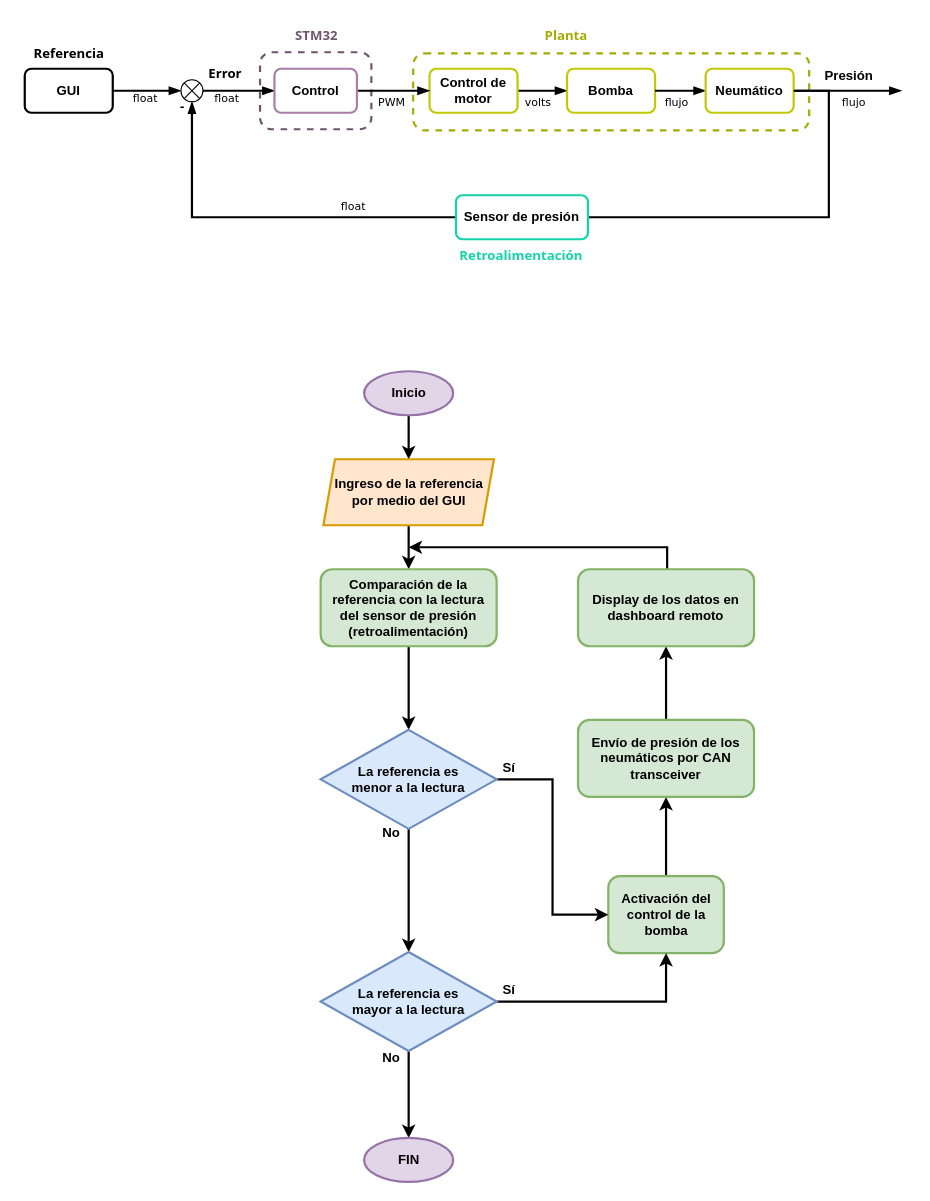
GuillermoGJ03/Repo-Embebidos-Avanzados keeps this draw.io diagram as page "Página-1" (1 of 2) of Reto/Sistema de control y diagrama de flujo.drawio. Above is the earlier version. Source tidied: cells renumbered, new cells numbered last; positions are measured from the earlier drawing's top-left corner, leaving out a move shared by most shapes. Both pictures are drawn from the tidied source at 110%, with x=0, y=0 at pixel (19, 19).
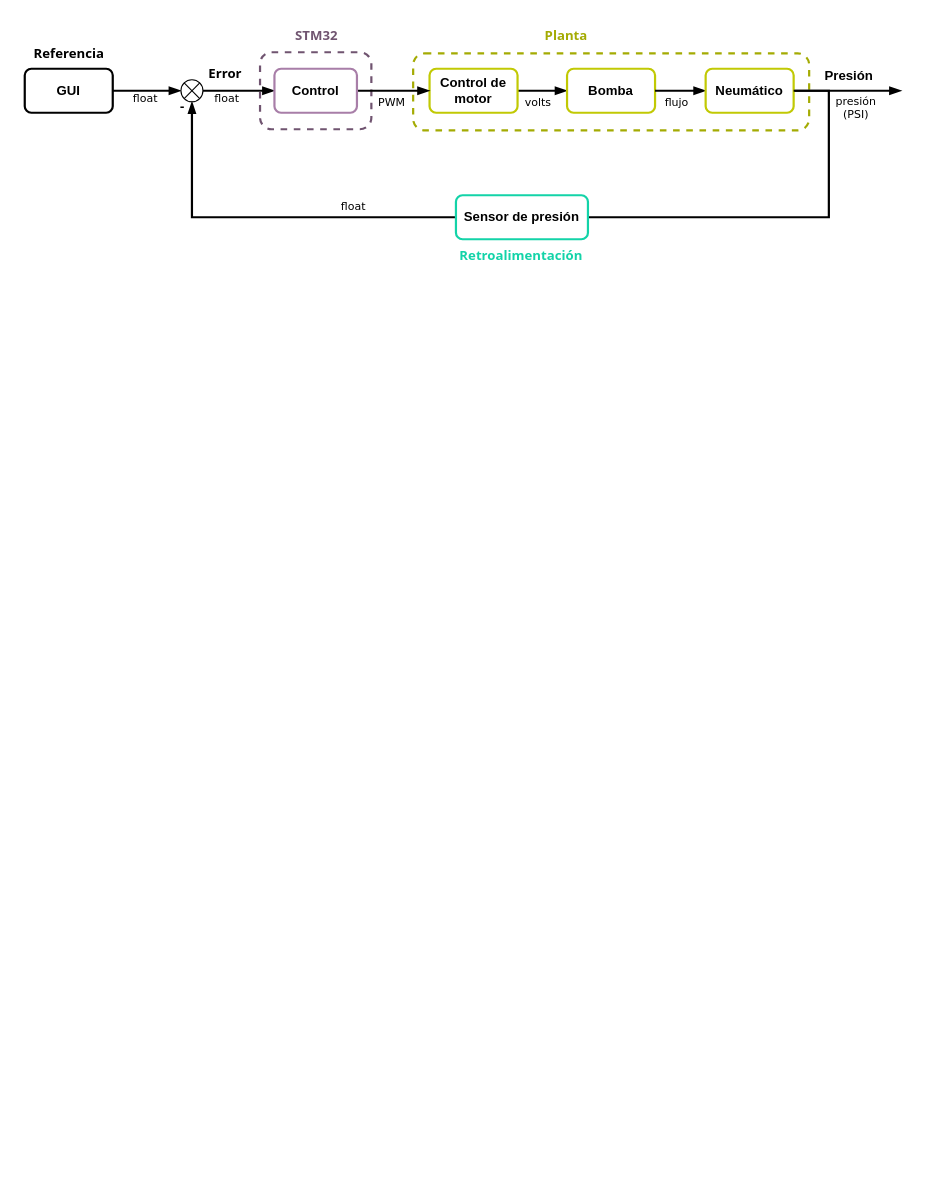
Above is the later version.

Diff of the diagram source:
```diff
@@
-    <mxCell id="26" style="edgeStyle=orthogonalEdgeStyle;rounded=0;jettySize=auto;html=1;entryX=0.5;entryY=0;entryDx=0;entryDy=0;fontFamily=Verdana;fontSize=10;strokeWidth=2;" parent="1" edge="1" source="27" target="29">
-      <mxGeometry relative="1" as="geometry" />
-    </mxCell>
-    <mxCell id="27" value="Inicio" style="ellipse;whiteSpace=wrap;html=1;strokeWidth=2;fontFamily=Helvetica;fontSize=12;fontStyle=1;fillColor=#e1d5e7;strokeColor=#9673a6;" parent="1" vertex="1">
-      <mxGeometry x="313.5" y="320" width="81" height="40" as="geometry" />
-    </mxCell>
-    <mxCell id="28" style="edgeStyle=orthogonalEdgeStyle;rounded=0;jettySize=auto;html=1;exitX=0.5;exitY=1;exitDx=0;exitDy=0;entryX=0.5;entryY=0;entryDx=0;entryDy=0;fontFamily=Verdana;fontSize=10;strokeWidth=2;" parent="1" edge="1" source="29" target="31">
-      <mxGeometry relative="1" as="geometry" />
-    </mxCell>
-    <mxCell id="29" value="Ingreso de la referencia por medio del GUI" style="shape=parallelogram;perimeter=parallelogramPerimeter;whiteSpace=wrap;html=1;fixedSize=1;strokeWidth=2;fontFamily=Helvetica;fontSize=12;fontStyle=1;size=10.500000000000114;fillColor=#ffe6cc;strokeColor=#d79b00;" parent="1" vertex="1">
-      <mxGeometry x="276.5" y="400" width="155" height="60" as="geometry" />
-    </mxCell>
-    <mxCell id="30" style="edgeStyle=orthogonalEdgeStyle;rounded=0;jettySize=auto;html=1;entryX=0.5;entryY=0;entryDx=0;entryDy=0;fontFamily=Verdana;fontSize=10;strokeWidth=2;" parent="1" edge="1" source="31" target="36">
-      <mxGeometry relative="1" as="geometry" />
-    </mxCell>
-    <mxCell id="31" value="Comparación de la referencia con la lectura del sensor de presión (retroalimentación)" style="rounded=1;whiteSpace=wrap;html=1;strokeWidth=2;fontStyle=1;fillColor=#d5e8d4;strokeColor=#82b366;" parent="1" vertex="1">
-      <mxGeometry x="274" y="500" width="160" height="70" as="geometry" />
-    </mxCell>
-    <mxCell id="32" style="edgeStyle=orthogonalEdgeStyle;rounded=0;jettySize=auto;html=1;fontFamily=Verdana;fontSize=10;strokeWidth=2;" parent="1" edge="1" source="33" target="53">
-      <mxGeometry relative="1" as="geometry" />
-    </mxCell>
-    <mxCell id="33" value="Activación del control de la bomba" style="rounded=1;whiteSpace=wrap;html=1;strokeWidth=2;fontStyle=1;fillColor=#d5e8d4;strokeColor=#82b366;" parent="1" vertex="1">
-      <mxGeometry x="535.5" y="779" width="105" height="70" as="geometry" />
-    </mxCell>
-    <mxCell id="34" style="edgeStyle=orthogonalEdgeStyle;rounded=0;jettySize=auto;html=1;entryX=0.5;entryY=0;entryDx=0;entryDy=0;fontFamily=Verdana;fontSize=10;strokeWidth=2;" parent="1" edge="1" source="36" target="39">
-      <mxGeometry relative="1" as="geometry" />
-    </mxCell>
-    <mxCell id="35" style="edgeStyle=orthogonalEdgeStyle;rounded=0;jettySize=auto;html=1;entryX=0;entryY=0.5;entryDx=0;entryDy=0;fontFamily=Verdana;fontSize=10;strokeWidth=2;" parent="1" edge="1" source="36" target="33">
-      <mxGeometry relative="1" as="geometry" />
-    </mxCell>
-    <mxCell id="36" value="&lt;b&gt;La referencia es &lt;br&gt;menor a la lectura&lt;/b&gt;" style="rhombus;whiteSpace=wrap;html=1;strokeWidth=2;fontFamily=Helvetica;fontSize=12;fillColor=#dae8fc;strokeColor=#6c8ebf;" parent="1" vertex="1">
-      <mxGeometry x="274" y="646" width="160" height="90" as="geometry" />
-    </mxCell>
-    <mxCell id="37" style="edgeStyle=orthogonalEdgeStyle;rounded=0;jettySize=auto;html=1;fontFamily=Verdana;fontSize=10;strokeWidth=2;" parent="1" edge="1" source="39" target="40">
-      <mxGeometry relative="1" as="geometry" />
-    </mxCell>
-    <mxCell id="38" style="edgeStyle=orthogonalEdgeStyle;rounded=0;jettySize=auto;html=1;entryX=0.5;entryY=1;entryDx=0;entryDy=0;fontFamily=Verdana;fontSize=10;strokeWidth=2;" parent="1" edge="1" source="39" target="33">
-      <mxGeometry relative="1" as="geometry" />
-    </mxCell>
-    <mxCell id="39" value="&lt;b&gt;La referencia es &lt;br&gt;mayor a la lectura&lt;/b&gt;" style="rhombus;whiteSpace=wrap;html=1;strokeWidth=2;fontFamily=Helvetica;fontSize=12;fillColor=#dae8fc;strokeColor=#6c8ebf;" parent="1" vertex="1">
-      <mxGeometry x="274" y="848" width="160" height="90" as="geometry" />
-    </mxCell>
-    <mxCell id="40" value="FIN" style="ellipse;whiteSpace=wrap;html=1;strokeWidth=2;fontFamily=Helvetica;fontSize=12;fontStyle=1;fillColor=#e1d5e7;strokeColor=#9673a6;" parent="1" vertex="1">
-      <mxGeometry x="313.5" y="1017" width="81" height="40" as="geometry" />
-    </mxCell>
-    <mxCell id="41" value="Sí" style="text;html=1;align=center;verticalAlign=middle;strokeColor=none;fillColor=none;fontSize=12;fontFamily=Helvetica;fontColor=#000000;fontStyle=1;" parent="1" vertex="1">
-      <mxGeometry x="430" y="666" width="30" height="30" as="geometry" />
-    </mxCell>
-    <mxCell id="42" value="Sí" style="text;html=1;align=center;verticalAlign=middle;strokeColor=none;fillColor=none;fontSize=12;fontFamily=Helvetica;fontColor=#000000;fontStyle=1;" parent="1" vertex="1">
-      <mxGeometry x="430" y="868" width="30" height="30" as="geometry" />
-    </mxCell>
-    <mxCell id="43" value="No" style="text;html=1;align=center;verticalAlign=middle;strokeColor=none;fillColor=none;fontSize=12;fontFamily=Helvetica;fontColor=#000000;fontStyle=1;" parent="1" vertex="1">
-      <mxGeometry x="318" y="725" width="40" height="30" as="geometry" />
-    </mxCell>
-    <mxCell id="44" value="No" style="text;html=1;align=center;verticalAlign=middle;strokeColor=none;fillColor=none;fontSize=12;fontFamily=Helvetica;fontColor=#000000;fontStyle=1;" parent="1" vertex="1">
-      <mxGeometry x="318" y="929" width="40" height="30" as="geometry" />
-    </mxCell>
@@
-    <mxCell id="50" value="flujo" style="text;html=1;strokeColor=none;fillColor=none;align=center;verticalAlign=middle;whiteSpace=wrap;rounded=0;fontStyle=0;fontSize=10;fontFamily=Verdana;" parent="1" vertex="1">
-      <mxGeometry x="729" y="60" width="60" height="30" as="geometry" />
+    <mxCell id="50" value="presión&lt;br&gt;(PSI)" style="text;html=1;strokeColor=none;fillColor=none;align=center;verticalAlign=middle;whiteSpace=wrap;rounded=0;fontStyle=0;fontSize=10;fontFamily=Verdana;" parent="1" vertex="1">
+      <mxGeometry x="731" y="65" width="60" height="30" as="geometry" />
     </mxCell>
@@
-    <mxCell id="52" style="edgeStyle=orthogonalEdgeStyle;rounded=0;jettySize=auto;html=1;fontFamily=Verdana;fontSize=10;strokeWidth=2;" parent="1" edge="1" source="53" target="55">
-      <mxGeometry relative="1" as="geometry" />
-    </mxCell>
-    <mxCell id="53" value="Envío de presión de los neumáticos por CAN transceiver" style="rounded=1;whiteSpace=wrap;html=1;strokeWidth=2;fontStyle=1;fillColor=#d5e8d4;strokeColor=#82b366;" parent="1" vertex="1">
-      <mxGeometry x="508" y="637" width="160" height="70" as="geometry" />
-    </mxCell>
-    <mxCell id="54" style="edgeStyle=orthogonalEdgeStyle;rounded=0;orthogonalLoop=1;jettySize=auto;html=1;fontFamily=Verdana;fontSize=10;strokeWidth=2;" parent="1" edge="1">
-      <mxGeometry relative="1" as="geometry">
-        <mxPoint x="589" y="490" as="sourcePoint" />
-        <mxPoint x="354" y="480" as="targetPoint" />
-        <Array as="points">
-          <mxPoint x="589" y="500" />
-          <mxPoint x="589" y="480" />
-        </Array>
-      </mxGeometry>
-    </mxCell>
-    <mxCell id="55" value="Display de los datos en dashboard remoto" style="rounded=1;whiteSpace=wrap;html=1;strokeWidth=2;fontStyle=1;fillColor=#d5e8d4;strokeColor=#82b366;" parent="1" vertex="1">
-      <mxGeometry x="508" y="500" width="160" height="70" as="geometry" />
-    </mxCell>
```
